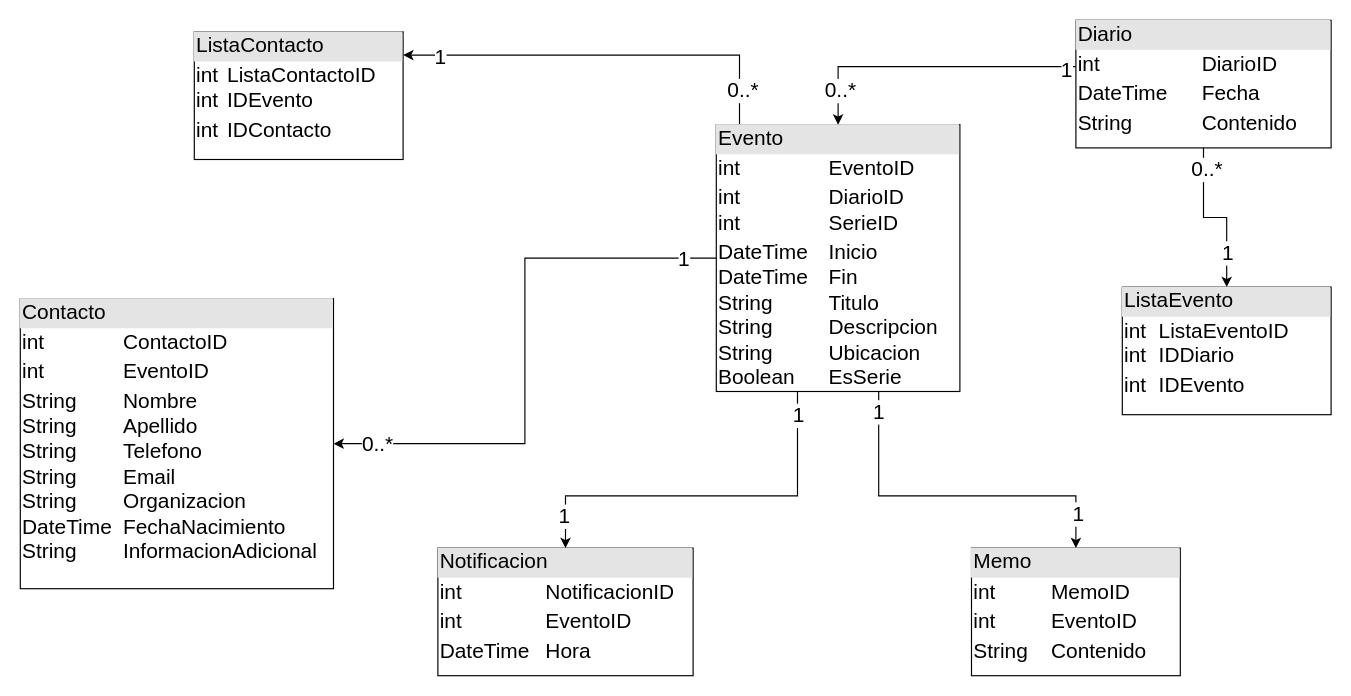
LuisCorales/personalschedule-mvc-dotnet keeps this draw.io diagram as BD_Hiriart-Corales_v1.drawio. Above is the earlier version. Source tidied: cells renumbered, new cells numbered last; positions are measured from the earlier drawing's top-left corner, leaving out a move shared by most shapes. Both pictures are drawn from the tidied source at 116%, with x=0, y=0 at pixel (20, 20).
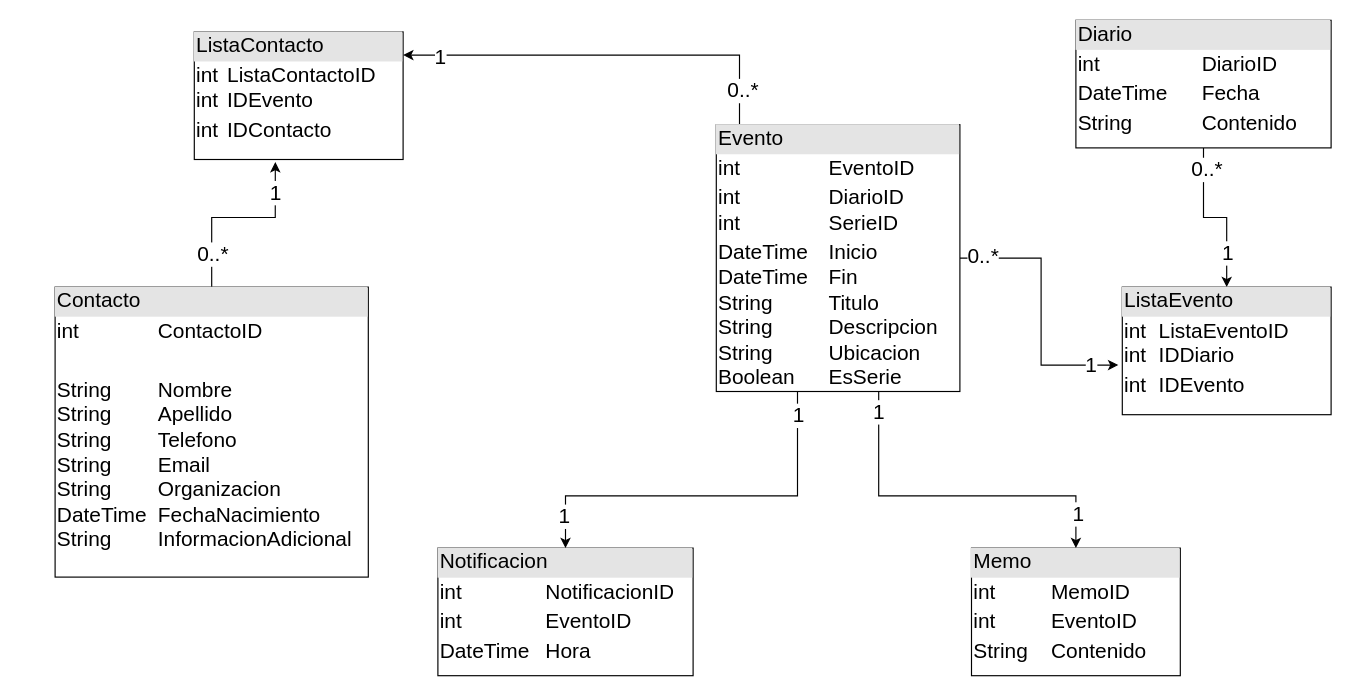
Above is the later version.

Unchanged cells that the change refers to:
```xml
<mxCell id="17" value="&lt;div style=&quot;box-sizing: border-box ; width: 100% ; background: #e4e4e4 ; padding: 2px&quot;&gt;Evento&lt;/div&gt;&lt;table style=&quot;width: 100% ; font-size: 1em&quot; cellpadding=&quot;2&quot; cellspacing=&quot;0&quot;&gt;&lt;tbody&gt;&lt;tr&gt;&lt;td&gt;int&lt;/td&gt;&lt;td&gt;EventoID&lt;/td&gt;&lt;/tr&gt;&lt;tr&gt;&lt;td&gt;int&lt;br&gt;int&lt;/td&gt;&lt;td&gt;DiarioID&lt;br&gt;SerieID&lt;/td&gt;&lt;/tr&gt;&lt;tr&gt;&lt;td&gt;DateTime&lt;br&gt;DateTime&lt;br&gt;String&lt;br&gt;String&lt;br&gt;String&lt;br&gt;Boolean&lt;br&gt;&lt;br&gt;&lt;/td&gt;&lt;td&gt;Inicio&lt;br&gt;Fin&lt;br&gt;Titulo&lt;br&gt;Descripcion&lt;br&gt;Ubicacion&lt;br&gt;EsSerie&lt;br&gt;&lt;br&gt;&lt;/td&gt;&lt;/tr&gt;&lt;/tbody&gt;&lt;/table&gt;" style="verticalAlign=top;align=left;overflow=fill;html=1;fontSize=18;" parent="1" vertex="1">
  <mxGeometry x="600" y="90" width="210" height="230" as="geometry" />
</mxCell>
<mxCell id="24" value="&lt;div style=&quot;box-sizing: border-box ; width: 100% ; background: #e4e4e4 ; padding: 2px&quot;&gt;Diario&lt;/div&gt;&lt;table style=&quot;width: 100% ; font-size: 1em&quot; cellpadding=&quot;2&quot; cellspacing=&quot;0&quot;&gt;&lt;tbody&gt;&lt;tr&gt;&lt;td&gt;int&lt;/td&gt;&lt;td&gt;DiarioID&lt;/td&gt;&lt;/tr&gt;&lt;tr&gt;&lt;td&gt;DateTime&lt;/td&gt;&lt;td&gt;Fecha&lt;/td&gt;&lt;/tr&gt;&lt;tr&gt;&lt;td&gt;String&lt;/td&gt;&lt;td&gt;Contenido&lt;/td&gt;&lt;/tr&gt;&lt;/tbody&gt;&lt;/table&gt;" style="verticalAlign=top;align=left;overflow=fill;html=1;fontSize=18;" parent="1" vertex="1">
  <mxGeometry x="910" width="220" height="110" as="geometry" />
</mxCell>
<mxCell id="25" value="&lt;div style=&quot;box-sizing: border-box ; width: 100% ; background: #e4e4e4 ; padding: 2px&quot;&gt;ListaEvento&lt;/div&gt;&lt;table style=&quot;width: 100% ; font-size: 1em&quot; cellpadding=&quot;2&quot; cellspacing=&quot;0&quot;&gt;&lt;tbody&gt;&lt;tr&gt;&lt;td&gt;int&lt;br&gt;int&lt;/td&gt;&lt;td&gt;ListaEventoID&lt;br&gt;IDDiario&lt;/td&gt;&lt;/tr&gt;&lt;tr&gt;&lt;td&gt;int&lt;/td&gt;&lt;td&gt;IDEvento&lt;/td&gt;&lt;/tr&gt;&lt;tr&gt;&lt;td&gt;&lt;/td&gt;&lt;td&gt;&lt;br&gt;&lt;/td&gt;&lt;/tr&gt;&lt;/tbody&gt;&lt;/table&gt;" style="verticalAlign=top;align=left;overflow=fill;html=1;fontSize=18;" parent="1" vertex="1">
  <mxGeometry x="950" y="230" width="180" height="110" as="geometry" />
</mxCell>
<mxCell id="26" value="&lt;div style=&quot;box-sizing: border-box ; width: 100% ; background: #e4e4e4 ; padding: 2px&quot;&gt;ListaContacto&lt;/div&gt;&lt;table style=&quot;width: 100% ; font-size: 1em&quot; cellpadding=&quot;2&quot; cellspacing=&quot;0&quot;&gt;&lt;tbody&gt;&lt;tr&gt;&lt;td&gt;int&lt;br&gt;int&lt;/td&gt;&lt;td&gt;ListaContactoID&lt;br&gt;IDEvento&lt;/td&gt;&lt;/tr&gt;&lt;tr&gt;&lt;td&gt;int&lt;/td&gt;&lt;td&gt;IDContacto&lt;/td&gt;&lt;/tr&gt;&lt;tr&gt;&lt;td&gt;&lt;/td&gt;&lt;td&gt;&lt;br&gt;&lt;/td&gt;&lt;/tr&gt;&lt;/tbody&gt;&lt;/table&gt;" style="verticalAlign=top;align=left;overflow=fill;html=1;fontSize=18;" parent="1" vertex="1">
  <mxGeometry x="150" y="10" width="180" height="110" as="geometry" />
</mxCell>
```

The edit, as a diff of the source:
```diff
@@
+    <mxCell id="27" style="edgeStyle=orthogonalEdgeStyle;rounded=0;jettySize=auto;html=1;entryX=0.388;entryY=1.02;entryDx=0;entryDy=0;entryPerimeter=0;fontSize=18;" parent="1" edge="1" source="2" target="26">
+      <mxGeometry relative="1" as="geometry">
+        <Array as="points">
+          <mxPoint x="165" y="170" />
+          <mxPoint x="220" y="170" />
+        </Array>
+      </mxGeometry>
+    </mxCell>
+    <mxCell id="28" value="0..*" style="edgeLabel;html=1;align=center;verticalAlign=middle;fontSize=18;" parent="27" vertex="1">
+      <mxGeometry x="-0.56" y="1" relative="1" as="geometry">
+        <mxPoint x="1" y="7" as="offset" />
+      </mxGeometry>
+    </mxCell>
+    <mxCell id="29" value="1" style="edgeLabel;html=1;align=center;verticalAlign=middle;fontSize=18;" parent="27" vertex="1">
+      <mxGeometry x="0.55" y="-2" relative="1" as="geometry">
+        <mxPoint x="-2" y="-10" as="offset" />
+      </mxGeometry>
+    </mxCell>
-    <mxCell id="2" value="&lt;div style=&quot;box-sizing: border-box ; width: 100% ; background: #e4e4e4 ; padding: 2px&quot;&gt;Contacto&lt;/div&gt;&lt;table style=&quot;width: 100% ; font-size: 1em&quot; cellpadding=&quot;2&quot; cellspacing=&quot;0&quot;&gt;&lt;tbody&gt;&lt;tr&gt;&lt;td&gt;int&lt;/td&gt;&lt;td&gt;ContactoID&lt;/td&gt;&lt;/tr&gt;&lt;tr&gt;&lt;td&gt;int&lt;/td&gt;&lt;td&gt;EventoID&lt;/td&gt;&lt;/tr&gt;&lt;tr&gt;&lt;td&gt;String&lt;br&gt;String&lt;br&gt;String&lt;br&gt;String&lt;br&gt;String&lt;br&gt;DateTime&lt;br&gt;String&lt;/td&gt;&lt;td&gt;Nombre&lt;br&gt;Apellido&lt;br&gt;Telefono&lt;br&gt;Email&lt;br&gt;Organizacion&lt;br&gt;FechaNacimiento&lt;br&gt;InformacionAdicional&lt;/td&gt;&lt;/tr&gt;&lt;/tbody&gt;&lt;/table&gt;" style="verticalAlign=top;align=left;overflow=fill;html=1;fontSize=18;" parent="1" vertex="1">
-      <mxGeometry y="240" width="270" height="250" as="geometry" />
+    <mxCell id="2" value="&lt;div style=&quot;box-sizing: border-box ; width: 100% ; background: #e4e4e4 ; padding: 2px&quot;&gt;Contacto&lt;/div&gt;&lt;table style=&quot;width: 100% ; font-size: 1em&quot; cellpadding=&quot;2&quot; cellspacing=&quot;0&quot;&gt;&lt;tbody&gt;&lt;tr&gt;&lt;td&gt;int&lt;/td&gt;&lt;td&gt;ContactoID&lt;br&gt;&lt;/td&gt;&lt;/tr&gt;&lt;tr&gt;&lt;td&gt;&lt;br&gt;&lt;/td&gt;&lt;td&gt;&lt;/td&gt;&lt;/tr&gt;&lt;tr&gt;&lt;td&gt;String&lt;br&gt;String&lt;br&gt;String&lt;br&gt;String&lt;br&gt;String&lt;br&gt;DateTime&lt;br&gt;String&lt;/td&gt;&lt;td&gt;Nombre&lt;br&gt;Apellido&lt;br&gt;Telefono&lt;br&gt;Email&lt;br&gt;Organizacion&lt;br&gt;FechaNacimiento&lt;br&gt;InformacionAdicional&lt;/td&gt;&lt;/tr&gt;&lt;/tbody&gt;&lt;/table&gt;" style="verticalAlign=top;align=left;overflow=fill;html=1;fontSize=18;" parent="1" vertex="1">
+      <mxGeometry x="30" y="230" width="270" height="250" as="geometry" />
     </mxCell>
@@
-    <mxCell id="5" style="edgeStyle=orthogonalEdgeStyle;rounded=0;jettySize=auto;html=1;entryX=1;entryY=0.5;entryDx=0;entryDy=0;" parent="1" edge="1" source="17" target="2">
-      <mxGeometry relative="1" as="geometry" />
-    </mxCell>
-    <mxCell id="6" value="1" style="edgeLabel;html=1;align=center;verticalAlign=middle;fontSize=18;" parent="5" vertex="1">
-      <mxGeometry x="-0.88" relative="1" as="geometry" />
-    </mxCell>
-    <mxCell id="7" value="0..*" style="edgeLabel;html=1;align=center;verticalAlign=middle;fontSize=18;" parent="5" vertex="1">
-      <mxGeometry x="0.85" relative="1" as="geometry" />
-    </mxCell>
@@
+    <mxCell id="30" style="edgeStyle=orthogonalEdgeStyle;rounded=0;jettySize=auto;html=1;entryX=-0.019;entryY=0.611;entryDx=0;entryDy=0;entryPerimeter=0;fontSize=18;" parent="1" edge="1" source="17" target="25">
+      <mxGeometry relative="1" as="geometry" />
+    </mxCell>
+    <mxCell id="31" value="0..*" style="edgeLabel;html=1;align=center;verticalAlign=middle;fontSize=18;" parent="30" vertex="1">
+      <mxGeometry x="-0.83" y="2" relative="1" as="geometry" />
+    </mxCell>
+    <mxCell id="32" value="1" style="edgeLabel;html=1;align=center;verticalAlign=middle;fontSize=18;" parent="30" vertex="1">
+      <mxGeometry x="0.79" relative="1" as="geometry" />
+    </mxCell>
@@
-    <mxCell id="18" style="edgeStyle=orthogonalEdgeStyle;rounded=0;jettySize=auto;html=1;entryX=0.5;entryY=0;entryDx=0;entryDy=0;" parent="1" edge="1" source="24" target="17">
-      <mxGeometry relative="1" as="geometry">
-        <Array as="points">
-          <mxPoint x="705" y="40" />
-        </Array>
-      </mxGeometry>
-    </mxCell>
-    <mxCell id="19" value="&lt;font style=&quot;font-size: 18px;&quot;&gt;1&lt;/font&gt;" style="edgeLabel;html=1;align=center;verticalAlign=middle;fontSize=18;" parent="18" vertex="1">
-      <mxGeometry x="-0.93" y="2" relative="1" as="geometry" />
-    </mxCell>
-    <mxCell id="20" value="0..*" style="edgeLabel;html=1;align=center;verticalAlign=middle;fontSize=18;" parent="18" vertex="1">
-      <mxGeometry x="0.87" y="1" relative="1" as="geometry">
-        <mxPoint y="-13" as="offset" />
-      </mxGeometry>
-    </mxCell>
```
